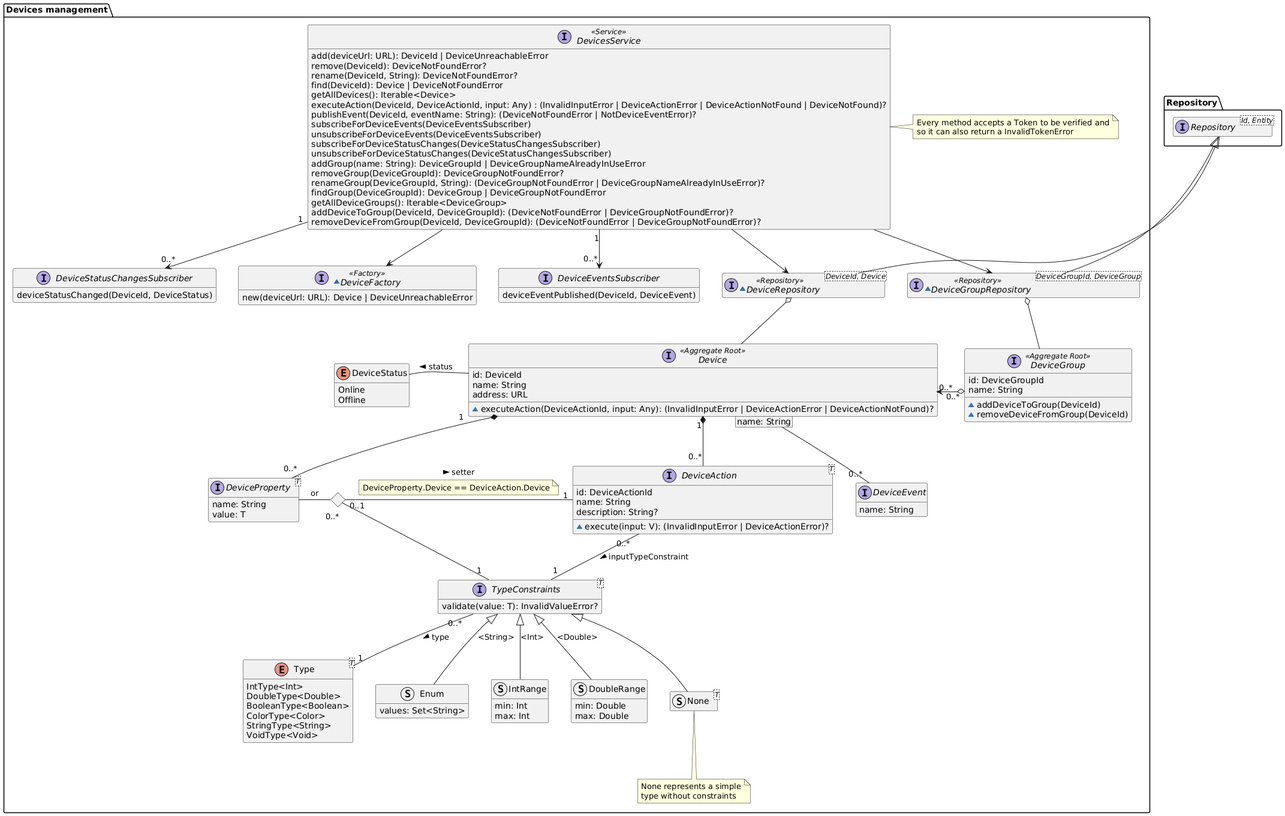
This is diagrams/generated/devices-management-domain-model.png from DomoticASW/.github, a PlantUML export, as it was before one commit.
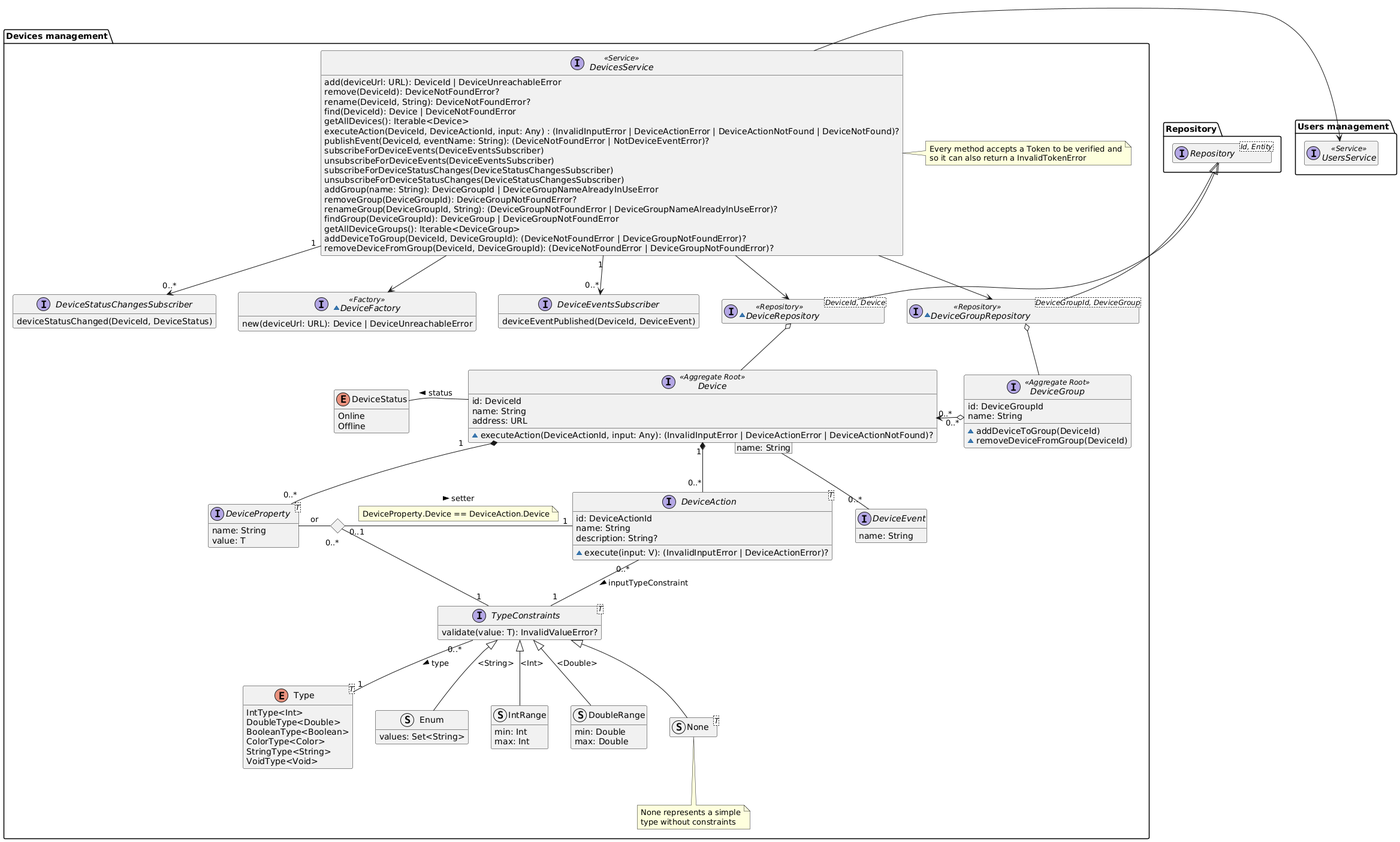
After the change.

Commit message:
Add dependency for tokens authentication

Change to the diagram source:
```diff
@@ -3,6 +3,10 @@
 hide empty members
 package Repository{
     interface Repository<Id, Entity>
+}
+
+package "Users management" as UsersManagement {
+    interface UsersService <<Service>>
 }
 
 package "Devices management" {
@@ -147,6 +151,7 @@
     DevicesService --> DeviceFactory
     DevicesService "1" --> "0..*" DeviceEventsSubscriber
     DevicesService "1" --> "0..*" DeviceStatusChangesSubscriber
+    DevicesService -r-> UsersManagement.UsersService
 }
 
 @enduml
```
